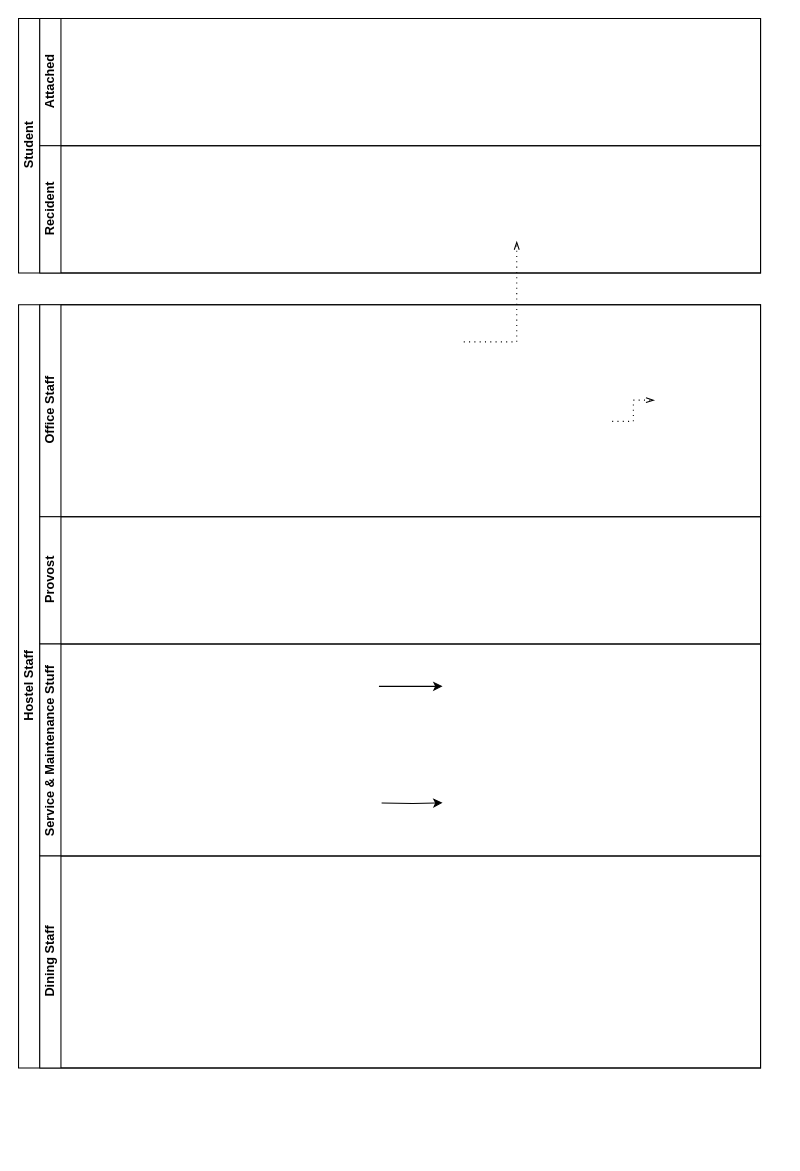
This is page "Page-3" (3 of 3) of BPMN/BPMN_B1_4.drawio from Noman1705088/CSE-326, a draw.io file, before an edit. Source tidied: cells renumbered, new cells numbered last; positions are measured from the earlier drawing's top-left corner, leaving out a move shared by most shapes. Both pictures are drawn from the tidied source at 106%, with x=0, y=0 at pixel (18, 18).
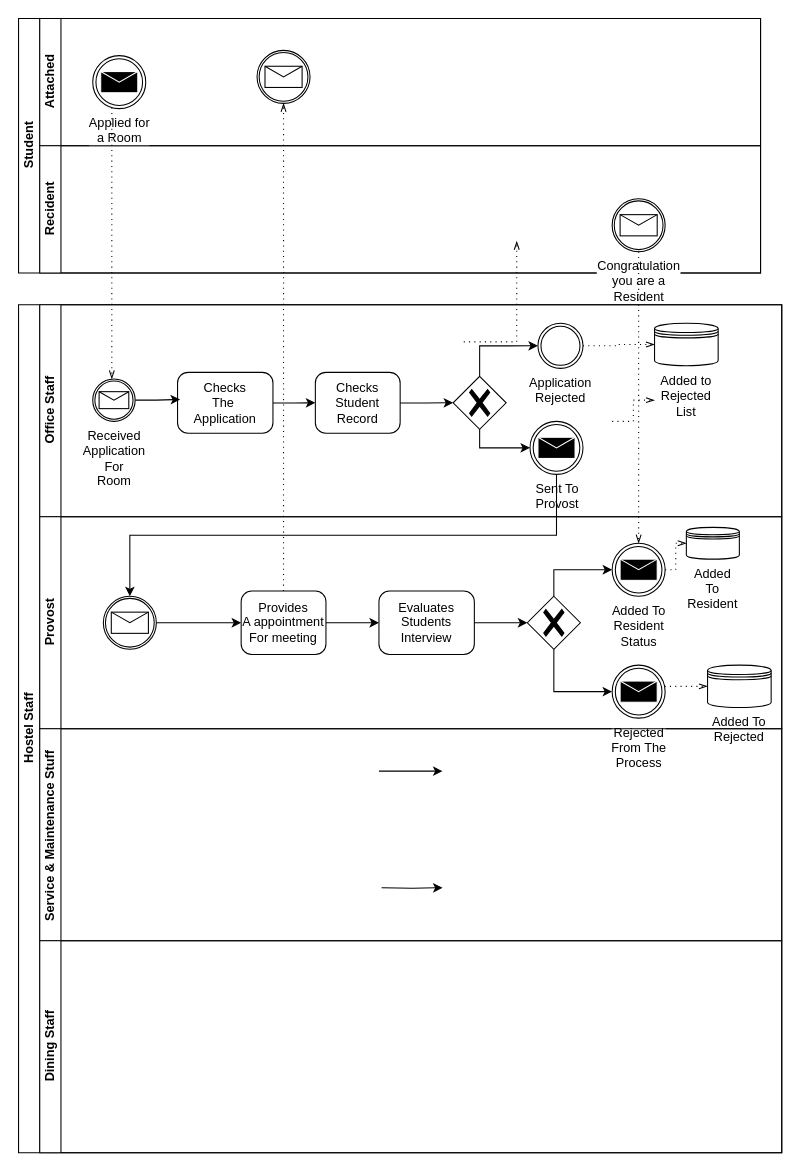
After the change.

Commit message:
BPMN: Room Allotment Added

Unchanged cells that the change refers to:
```xml
<mxCell id="3" value="Attached" style="swimlane;html=1;startSize=20;horizontal=0;" parent="2" vertex="1">
  <mxGeometry x="20" width="680" height="120" as="geometry" />
</mxCell>
<mxCell id="4" value="Recident" style="swimlane;html=1;startSize=20;horizontal=0;" parent="2" vertex="1">
  <mxGeometry x="20" y="120" width="680" height="120" as="geometry" />
</mxCell>
```

Diff of the diagram source:
```diff
@@
+    <mxCell id="25" style="points=[[0.145,0.145,0],[0.5,0,0],[0.855,0.145,0],[1,0.5,0],[0.855,0.855,0],[0.5,1,0],[0.145,0.855,0],[0,0.5,0]];shape=mxgraph.bpmn.event;html=1;verticalLabelPosition=bottom;labelBackgroundColor=#ffffff;verticalAlign=top;align=center;perimeter=ellipsePerimeter;outlineConnect=0;outline=catching;symbol=message;" parent="3" vertex="1">
+      <mxGeometry x="205" y="30" width="50" height="50" as="geometry" />
+    </mxCell>
+    <mxCell id="26" value="Applied for&lt;br&gt;a Room" style="points=[[0.145,0.145,0],[0.5,0,0],[0.855,0.145,0],[1,0.5,0],[0.855,0.855,0],[0.5,1,0],[0.145,0.855,0],[0,0.5,0]];shape=mxgraph.bpmn.event;html=1;verticalLabelPosition=bottom;labelBackgroundColor=#ffffff;verticalAlign=top;align=center;perimeter=ellipsePerimeter;outlineConnect=0;outline=throwing;symbol=message;" parent="3" vertex="1">
+      <mxGeometry x="50" y="35" width="50" height="50" as="geometry" />
+    </mxCell>
@@
+    <mxCell id="27" value="Congratulation&lt;br&gt;you are a&lt;br&gt;Resident" style="points=[[0.145,0.145,0],[0.5,0,0],[0.855,0.145,0],[1,0.5,0],[0.855,0.855,0],[0.5,1,0],[0.145,0.855,0],[0,0.5,0]];shape=mxgraph.bpmn.event;html=1;verticalLabelPosition=bottom;labelBackgroundColor=#ffffff;verticalAlign=top;align=center;perimeter=ellipsePerimeter;outlineConnect=0;outline=catching;symbol=message;" parent="4" vertex="1">
+      <mxGeometry x="540" y="50" width="50" height="50" as="geometry" />
+    </mxCell>
     <mxCell id="5" value="Hostel Staff" style="swimlane;html=1;horizontal=0;startSize=20;" parent="1" vertex="1">
-      <mxGeometry y="270" width="700" height="720" as="geometry" />
+      <mxGeometry y="270" width="720" height="800" as="geometry" />
     </mxCell>
     <mxCell id="6" value="Office Staff" style="swimlane;html=1;startSize=20;horizontal=0;" parent="5" vertex="1">
-      <mxGeometry x="20" width="680" height="200" as="geometry" />
+      <mxGeometry x="20" width="700" height="200" as="geometry" />
     </mxCell>
@@
+    <mxCell id="28" style="edgeStyle=orthogonalEdgeStyle;rounded=0;jettySize=auto;html=1;entryX=0;entryY=0.5;entryDx=0;entryDy=0;entryPerimeter=0;" parent="6" edge="1" source="29" target="31">
+      <mxGeometry relative="1" as="geometry" />
+    </mxCell>
+    <mxCell id="29" value="Checks&#10;The &#10;Application" style="points=[[0.25,0,0],[0.5,0,0],[0.75,0,0],[1,0.25,0],[1,0.5,0],[1,0.75,0],[0.75,1,0],[0.5,1,0],[0.25,1,0],[0,0.75,0],[0,0.5,0],[0,0.25,0]];shape=mxgraph.bpmn.task;whiteSpace=wrap;rectStyle=rounded;size=10;taskMarker=abstract;" parent="6" vertex="1">
+      <mxGeometry x="130" y="63.8" width="90" height="57.5" as="geometry" />
+    </mxCell>
+    <mxCell id="30" style="edgeStyle=orthogonalEdgeStyle;rounded=0;jettySize=auto;html=1;entryX=0;entryY=0.5;entryDx=0;entryDy=0;entryPerimeter=0;" parent="6" edge="1" source="31" target="34">
+      <mxGeometry relative="1" as="geometry" />
+    </mxCell>
+    <mxCell id="31" value="Checks&#10;Student&#10;Record" style="points=[[0.25,0,0],[0.5,0,0],[0.75,0,0],[1,0.25,0],[1,0.5,0],[1,0.75,0],[0.75,1,0],[0.5,1,0],[0.25,1,0],[0,0.75,0],[0,0.5,0],[0,0.25,0]];shape=mxgraph.bpmn.task;whiteSpace=wrap;rectStyle=rounded;size=10;taskMarker=abstract;" parent="6" vertex="1">
+      <mxGeometry x="260" y="63.8" width="80" height="57.5" as="geometry" />
+    </mxCell>
+    <mxCell id="32" style="edgeStyle=orthogonalEdgeStyle;rounded=0;jettySize=auto;html=1;entryX=0;entryY=0.5;entryDx=0;entryDy=0;entryPerimeter=0;" parent="6" edge="1" source="34" target="35">
+      <mxGeometry relative="1" as="geometry">
+        <Array as="points">
+          <mxPoint x="415" y="39" />
+        </Array>
+      </mxGeometry>
+    </mxCell>
+    <mxCell id="33" style="edgeStyle=orthogonalEdgeStyle;rounded=0;jettySize=auto;html=1;" parent="6" edge="1" source="34" target="36">
+      <mxGeometry relative="1" as="geometry">
+        <Array as="points">
+          <mxPoint x="415" y="135" />
+        </Array>
+      </mxGeometry>
+    </mxCell>
+    <mxCell id="34" style="points=[[0.25,0.25,0],[0.5,0,0],[0.75,0.25,0],[1,0.5,0],[0.75,0.75,0],[0.5,1,0],[0.25,0.75,0],[0,0.5,0]];shape=mxgraph.bpmn.gateway2;html=1;verticalLabelPosition=bottom;labelBackgroundColor=#ffffff;verticalAlign=top;align=center;perimeter=rhombusPerimeter;outlineConnect=0;outline=none;symbol=none;gwType=exclusive;" parent="6" vertex="1">
+      <mxGeometry x="390" y="67.5" width="50" height="50" as="geometry" />
+    </mxCell>
+    <mxCell id="35" value="Application&lt;br&gt;Rejected" style="points=[[0.145,0.145,0],[0.5,0,0],[0.855,0.145,0],[1,0.5,0],[0.855,0.855,0],[0.5,1,0],[0.145,0.855,0],[0,0.5,0]];shape=mxgraph.bpmn.event;html=1;verticalLabelPosition=bottom;labelBackgroundColor=#ffffff;verticalAlign=top;align=center;perimeter=ellipsePerimeter;outlineConnect=0;outline=throwing;symbol=general;" parent="6" vertex="1">
+      <mxGeometry x="470" y="17.5" width="42.5" height="42.5" as="geometry" />
+    </mxCell>
+    <mxCell id="36" value="Sent To&lt;br&gt;Provost" style="points=[[0.145,0.145,0],[0.5,0,0],[0.855,0.145,0],[1,0.5,0],[0.855,0.855,0],[0.5,1,0],[0.145,0.855,0],[0,0.5,0]];shape=mxgraph.bpmn.event;html=1;verticalLabelPosition=bottom;labelBackgroundColor=#ffffff;verticalAlign=top;align=center;perimeter=ellipsePerimeter;outlineConnect=0;outline=throwing;symbol=message;" parent="6" vertex="1">
+      <mxGeometry x="462.5" y="110" width="50" height="50" as="geometry" />
+    </mxCell>
+    <mxCell id="37" style="edgeStyle=orthogonalEdgeStyle;rounded=0;jettySize=auto;html=1;entryX=0.027;entryY=0.444;entryDx=0;entryDy=0;entryPerimeter=0;" parent="6" edge="1" source="38" target="29">
+      <mxGeometry relative="1" as="geometry" />
+    </mxCell>
+    <mxCell id="38" value="Received&lt;br&gt;Application&lt;br&gt;For&lt;br&gt;Room" style="points=[[0.145,0.145,0],[0.5,0,0],[0.855,0.145,0],[1,0.5,0],[0.855,0.855,0],[0.5,1,0],[0.145,0.855,0],[0,0.5,0]];shape=mxgraph.bpmn.event;html=1;verticalLabelPosition=bottom;labelBackgroundColor=#ffffff;verticalAlign=top;align=center;perimeter=ellipsePerimeter;outlineConnect=0;outline=catching;symbol=message;" parent="6" vertex="1">
+      <mxGeometry x="50" y="70" width="40" height="40" as="geometry" />
+    </mxCell>
+    <mxCell id="39" value="Added to&lt;br&gt;Rejected List" style="shape=datastore;whiteSpace=wrap;html=1;labelPosition=center;verticalLabelPosition=bottom;align=center;verticalAlign=top;" parent="6" vertex="1">
+      <mxGeometry x="580" y="17.5" width="60" height="40" as="geometry" />
+    </mxCell>
+    <mxCell id="40" style="edgeStyle=elbowEdgeStyle;fontSize=12;html=1;endFill=0;startFill=0;endSize=6;startSize=6;dashed=1;dashPattern=1 4;endArrow=openThin;startArrow=none;rounded=0;entryX=0;entryY=0.5;entryDx=0;entryDy=0;" parent="6" edge="1" source="35" target="39">
+      <mxGeometry relative="1" as="geometry" />
+    </mxCell>
     <mxCell id="12" value="Provost" style="swimlane;html=1;startSize=20;horizontal=0;" parent="5" vertex="1">
-      <mxGeometry x="20" y="200" width="680" height="120" as="geometry" />
+      <mxGeometry x="20" y="200" width="700" height="200" as="geometry" />
     </mxCell>
+    <mxCell id="41" style="edgeStyle=orthogonalEdgeStyle;rounded=0;jettySize=auto;html=1;entryX=0;entryY=0.5;entryDx=0;entryDy=0;entryPerimeter=0;" parent="12" edge="1" source="42" target="44">
+      <mxGeometry relative="1" as="geometry" />
+    </mxCell>
+    <mxCell id="42" style="points=[[0.145,0.145,0],[0.5,0,0],[0.855,0.145,0],[1,0.5,0],[0.855,0.855,0],[0.5,1,0],[0.145,0.855,0],[0,0.5,0]];shape=mxgraph.bpmn.event;html=1;verticalLabelPosition=bottom;labelBackgroundColor=#ffffff;verticalAlign=top;align=center;perimeter=ellipsePerimeter;outlineConnect=0;outline=catching;symbol=message;" parent="12" vertex="1">
+      <mxGeometry x="60" y="75" width="50" height="50" as="geometry" />
+    </mxCell>
+    <mxCell id="43" style="edgeStyle=orthogonalEdgeStyle;rounded=0;jettySize=auto;html=1;" parent="12" edge="1" source="44" target="46">
+      <mxGeometry relative="1" as="geometry" />
+    </mxCell>
+    <mxCell id="44" value="Provides&#10;A appointment&#10;For meeting" style="points=[[0.25,0,0],[0.5,0,0],[0.75,0,0],[1,0.25,0],[1,0.5,0],[1,0.75,0],[0.75,1,0],[0.5,1,0],[0.25,1,0],[0,0.75,0],[0,0.5,0],[0,0.25,0]];shape=mxgraph.bpmn.task;whiteSpace=wrap;rectStyle=rounded;size=10;taskMarker=abstract;" parent="12" vertex="1">
+      <mxGeometry x="190" y="70" width="80" height="60" as="geometry" />
+    </mxCell>
+    <mxCell id="45" style="edgeStyle=orthogonalEdgeStyle;rounded=0;jettySize=auto;html=1;entryX=0;entryY=0.5;entryDx=0;entryDy=0;entryPerimeter=0;" parent="12" edge="1" source="46" target="49">
+      <mxGeometry relative="1" as="geometry" />
+    </mxCell>
+    <mxCell id="46" value="Evaluates&#10;Students&#10;Interview" style="points=[[0.25,0,0],[0.5,0,0],[0.75,0,0],[1,0.25,0],[1,0.5,0],[1,0.75,0],[0.75,1,0],[0.5,1,0],[0.25,1,0],[0,0.75,0],[0,0.5,0],[0,0.25,0]];shape=mxgraph.bpmn.task;whiteSpace=wrap;rectStyle=rounded;size=10;taskMarker=abstract;" parent="12" vertex="1">
+      <mxGeometry x="320" y="70" width="90" height="60" as="geometry" />
+    </mxCell>
+    <mxCell id="47" style="edgeStyle=orthogonalEdgeStyle;rounded=0;jettySize=auto;html=1;" parent="12" edge="1" source="49" target="50">
+      <mxGeometry relative="1" as="geometry">
+        <Array as="points">
+          <mxPoint x="485" y="50" />
+        </Array>
+      </mxGeometry>
+    </mxCell>
+    <mxCell id="48" style="edgeStyle=orthogonalEdgeStyle;rounded=0;jettySize=auto;html=1;" parent="12" edge="1" source="49" target="51">
+      <mxGeometry relative="1" as="geometry">
+        <Array as="points">
+          <mxPoint x="485" y="165" />
+        </Array>
+      </mxGeometry>
+    </mxCell>
+    <mxCell id="49" style="points=[[0.25,0.25,0],[0.5,0,0],[0.75,0.25,0],[1,0.5,0],[0.75,0.75,0],[0.5,1,0],[0.25,0.75,0],[0,0.5,0]];shape=mxgraph.bpmn.gateway2;html=1;verticalLabelPosition=bottom;labelBackgroundColor=#ffffff;verticalAlign=top;align=center;perimeter=rhombusPerimeter;outlineConnect=0;outline=none;symbol=none;gwType=exclusive;" parent="12" vertex="1">
+      <mxGeometry x="460" y="75" width="50" height="50" as="geometry" />
+    </mxCell>
+    <mxCell id="50" value="Added To&lt;br&gt;Resident&lt;br&gt;Status" style="points=[[0.145,0.145,0],[0.5,0,0],[0.855,0.145,0],[1,0.5,0],[0.855,0.855,0],[0.5,1,0],[0.145,0.855,0],[0,0.5,0]];shape=mxgraph.bpmn.event;html=1;verticalLabelPosition=bottom;labelBackgroundColor=#ffffff;verticalAlign=top;align=center;perimeter=ellipsePerimeter;outlineConnect=0;outline=throwing;symbol=message;" parent="12" vertex="1">
+      <mxGeometry x="540" y="25" width="50" height="50" as="geometry" />
+    </mxCell>
+    <mxCell id="51" value="Rejected&lt;br&gt;From The&lt;br&gt;Process" style="points=[[0.145,0.145,0],[0.5,0,0],[0.855,0.145,0],[1,0.5,0],[0.855,0.855,0],[0.5,1,0],[0.145,0.855,0],[0,0.5,0]];shape=mxgraph.bpmn.event;html=1;verticalLabelPosition=bottom;labelBackgroundColor=#ffffff;verticalAlign=top;align=center;perimeter=ellipsePerimeter;outlineConnect=0;outline=throwing;symbol=message;" parent="12" vertex="1">
+      <mxGeometry x="540" y="140" width="50" height="50" as="geometry" />
+    </mxCell>
+    <mxCell id="52" value="Added To&lt;br&gt;Resident" style="shape=datastore;whiteSpace=wrap;html=1;labelPosition=center;verticalLabelPosition=bottom;align=center;verticalAlign=top;" parent="12" vertex="1">
+      <mxGeometry x="610" y="10" width="50" height="30" as="geometry" />
+    </mxCell>
+    <mxCell id="53" style="edgeStyle=elbowEdgeStyle;fontSize=12;html=1;endFill=0;startFill=0;endSize=6;startSize=6;dashed=1;dashPattern=1 4;endArrow=openThin;startArrow=none;rounded=0;entryX=0;entryY=0.5;entryDx=0;entryDy=0;" parent="12" edge="1" source="50" target="52">
+      <mxGeometry relative="1" as="geometry" />
+    </mxCell>
+    <mxCell id="54" value="Added To&lt;br&gt;Rejected" style="shape=datastore;whiteSpace=wrap;html=1;labelPosition=center;verticalLabelPosition=bottom;align=center;verticalAlign=top;" parent="12" vertex="1">
+      <mxGeometry x="630" y="140" width="60" height="40" as="geometry" />
+    </mxCell>
+    <mxCell id="55" style="edgeStyle=elbowEdgeStyle;fontSize=12;html=1;endFill=0;startFill=0;endSize=6;startSize=6;dashed=1;dashPattern=1 4;endArrow=openThin;startArrow=none;rounded=0;" parent="12" edge="1" source="51" target="54">
+      <mxGeometry relative="1" as="geometry">
+        <Array as="points">
+          <mxPoint x="600" y="160" />
+        </Array>
+      </mxGeometry>
+    </mxCell>
     <mxCell id="13" value="Service &amp;amp; Maintenance Stuff&amp;nbsp;" style="swimlane;html=1;startSize=20;horizontal=0;" parent="5" vertex="1">
-      <mxGeometry x="20" y="320" width="680" height="200" as="geometry" />
+      <mxGeometry x="20" y="400" width="700" height="200" as="geometry" />
     </mxCell>
@@
     <mxCell id="21" value="Dining Staff" style="swimlane;html=1;startSize=20;horizontal=0;" parent="5" vertex="1">
-      <mxGeometry x="20" y="520" width="680" height="200" as="geometry" />
+      <mxGeometry x="20" y="600" width="700" height="200" as="geometry" />
     </mxCell>
@@
+    <mxCell id="56" style="edgeStyle=orthogonalEdgeStyle;rounded=0;jettySize=auto;html=1;exitX=0.5;exitY=1;exitDx=0;exitDy=0;exitPerimeter=0;" parent="5" edge="1" source="36" target="42">
+      <mxGeometry relative="1" as="geometry" />
+    </mxCell>
@@
+    <mxCell id="57" style="edgeStyle=elbowEdgeStyle;fontSize=12;html=1;endFill=0;startFill=0;endSize=6;startSize=6;dashed=1;dashPattern=1 4;endArrow=openThin;startArrow=none;rounded=0;" parent="1" edge="1" source="26" target="38">
+      <mxGeometry relative="1" as="geometry">
+        <Array as="points">
+          <mxPoint x="88" y="250" />
+        </Array>
+      </mxGeometry>
+    </mxCell>
+    <mxCell id="58" style="edgeStyle=elbowEdgeStyle;fontSize=12;html=1;endFill=0;startFill=0;endSize=6;startSize=6;dashed=1;dashPattern=1 4;endArrow=openThin;startArrow=none;rounded=0;exitX=0.5;exitY=0;exitDx=0;exitDy=0;exitPerimeter=0;" parent="1" edge="1" source="44" target="25">
+      <mxGeometry relative="1" as="geometry">
+        <Array as="points">
+          <mxPoint x="250" y="410" />
+        </Array>
+      </mxGeometry>
+    </mxCell>
+    <mxCell id="59" style="edgeStyle=elbowEdgeStyle;fontSize=12;html=1;endFill=0;startFill=0;endSize=6;startSize=6;dashed=1;dashPattern=1 4;endArrow=openThin;startArrow=none;rounded=0;entryX=0.5;entryY=0;entryDx=0;entryDy=0;entryPerimeter=0;" parent="1" edge="1" source="27" target="50">
+      <mxGeometry relative="1" as="geometry">
+        <Array as="points">
+          <mxPoint x="585" y="240" />
+        </Array>
+      </mxGeometry>
+    </mxCell>
```
